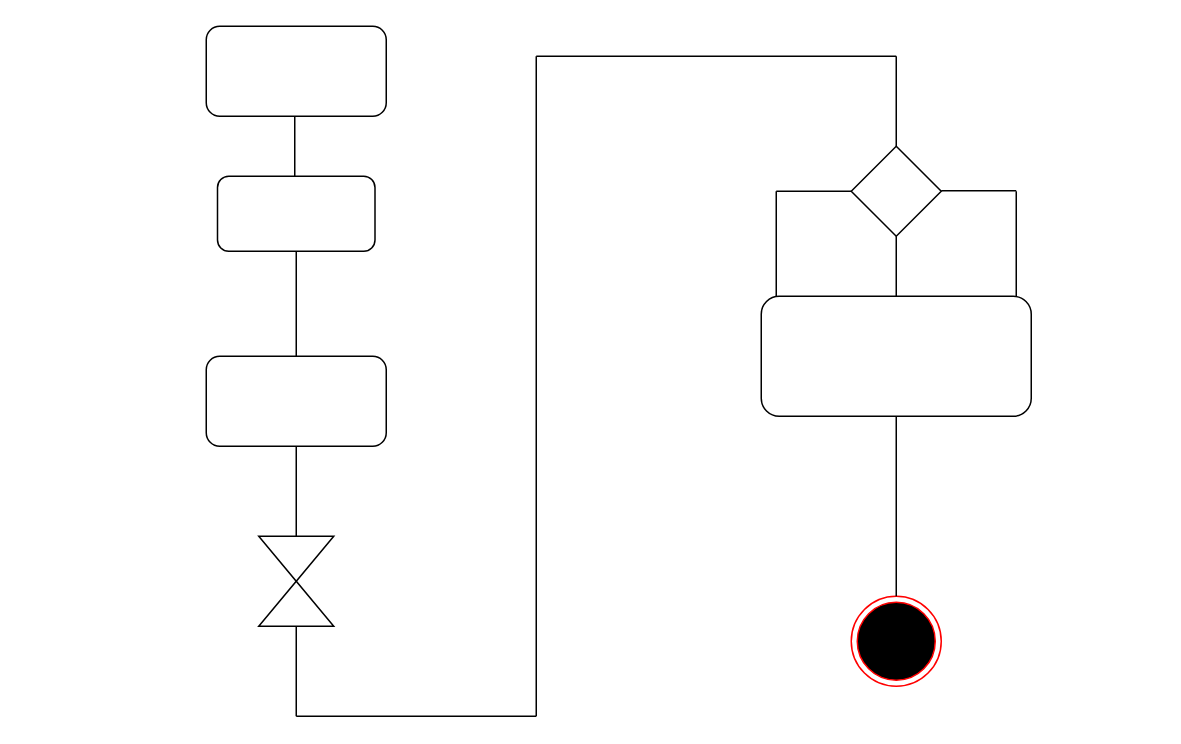
The draw.io diagram Untitled Diagram.drawio in TheFred94/thegame, before the edit. Source tidied: cells renumbered, new cells numbered last; positions are measured from the earlier drawing's top-left corner, leaving out a move shared by most shapes. Both pictures are drawn from the tidied source at 150%, with x=0, y=0 at pixel (206, 26).
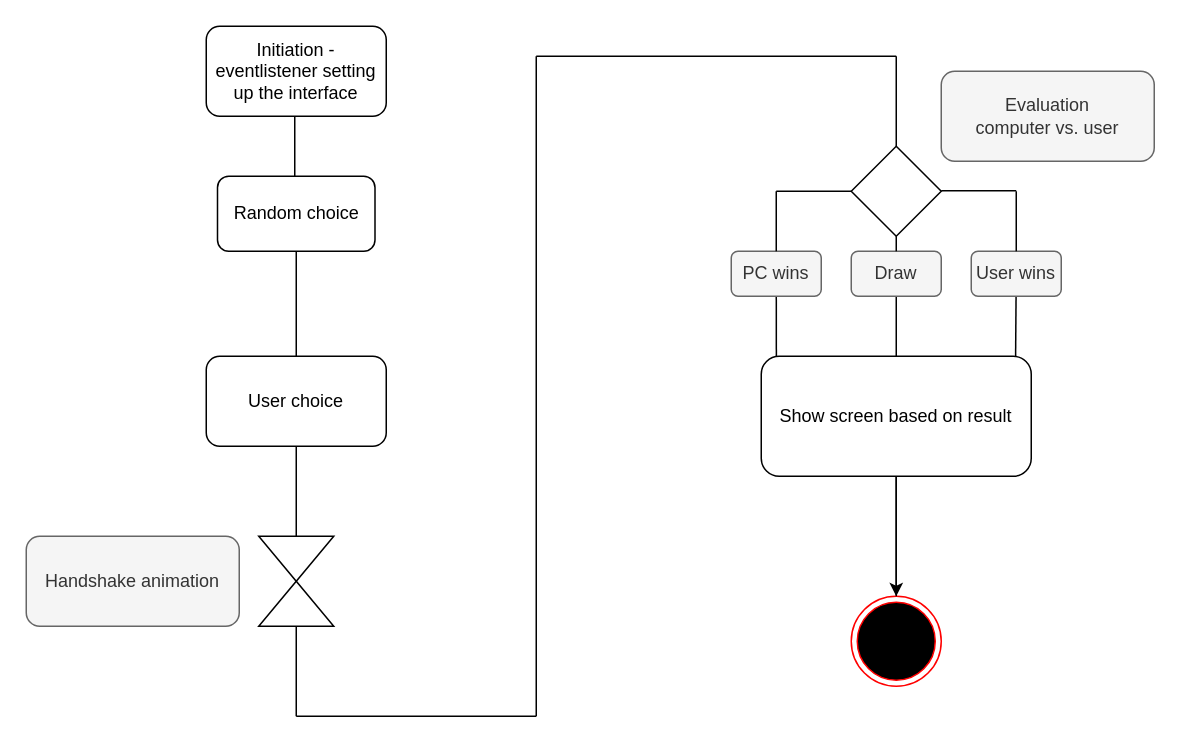
After the change.

Commit message:
updated with text and functions

Unchanged cells that the change refers to:
```xml
<mxCell id="14" style="rhombus;whiteSpace=wrap;html=1;" parent="1" vertex="1">
  <mxGeometry x="430" y="80" width="60" height="60" as="geometry" />
</mxCell>
<mxCell id="22" style="ellipse;html=1;shape=endState;fillColor=#000000;strokeColor=#ff0000;" parent="1" vertex="1">
  <mxGeometry x="430" y="380" width="60" height="60" as="geometry" />
</mxCell>
```

Diff of the diagram source:
```diff
@@
-    <mxCell id="2" style="rounded=1;whiteSpace=wrap;html=1;" parent="1" vertex="1">
+    <mxCell id="2" value="Initiation - eventlistener setting up the interface" style="rounded=1;whiteSpace=wrap;html=1;" parent="1" vertex="1">
       <mxGeometry width="120" height="60" as="geometry" />
     </mxCell>
@@
-    <mxCell id="4" style="rounded=1;whiteSpace=wrap;html=1;" parent="1" vertex="1">
+    <mxCell id="4" value="Random choice" style="rounded=1;whiteSpace=wrap;html=1;" parent="1" vertex="1">
       <mxGeometry x="7.5" y="100" width="105" height="50" as="geometry" />
     </mxCell>
-    <mxCell id="5" style="rounded=1;whiteSpace=wrap;html=1;" parent="1" vertex="1">
+    <mxCell id="5" value="User choice" style="rounded=1;whiteSpace=wrap;html=1;" parent="1" vertex="1">
       <mxGeometry y="220" width="120" height="60" as="geometry" />
     </mxCell>
@@
-    <mxCell id="18" style="endArrow=none;html=1;rounded=0;exitX=0.5;exitY=1;exitDx=0;exitDy=0;" parent="1" edge="1" source="14">
-      <mxGeometry relative="1" as="geometry">
-        <mxPoint x="460" y="180" as="targetPoint" />
-      </mxGeometry>
+    <mxCell id="18" style="endArrow=none;html=1;rounded=0;exitX=0.5;exitY=1;exitDx=0;exitDy=0;entryX=0.5;entryY=0;entryDx=0;entryDy=0;startArrow=none;" parent="1" edge="1" source="29" target="21">
+      <mxGeometry relative="1" as="geometry" />
     </mxCell>
-    <mxCell id="19" style="endArrow=none;html=1;rounded=0;" parent="1" edge="1">
-      <mxGeometry relative="1" as="geometry">
-        <mxPoint x="540" y="110" as="sourcePoint" />
-        <mxPoint x="540" y="180" as="targetPoint" />
-      </mxGeometry>
+    <mxCell id="19" style="endArrow=none;html=1;rounded=0;entryX=0.942;entryY=0.013;entryDx=0;entryDy=0;entryPerimeter=0;startArrow=none;" parent="1" edge="1" source="31" target="21">
+      <mxGeometry relative="1" as="geometry" />
     </mxCell>
-    <mxCell id="20" style="endArrow=none;html=1;rounded=0;" parent="1" edge="1">
-      <mxGeometry relative="1" as="geometry">
-        <mxPoint x="380" y="110" as="sourcePoint" />
-        <mxPoint x="380" y="180" as="targetPoint" />
-      </mxGeometry>
+    <mxCell id="20" style="endArrow=none;html=1;rounded=0;startArrow=none;entryX=0.056;entryY=0.019;entryDx=0;entryDy=0;entryPerimeter=0;" parent="1" edge="1" source="27" target="21">
+      <mxGeometry relative="1" as="geometry" />
     </mxCell>
+    <mxCell id="24" style="edgeStyle=orthogonalEdgeStyle;rounded=0;jettySize=auto;html=1;" parent="1" edge="1" source="21" target="22">
+      <mxGeometry relative="1" as="geometry" />
+    </mxCell>
-    <mxCell id="21" style="rounded=1;whiteSpace=wrap;html=1;" parent="1" vertex="1">
-      <mxGeometry x="370" y="180" width="180" height="80" as="geometry" />
+    <mxCell id="21" value="Show screen based on result" style="rounded=1;whiteSpace=wrap;html=1;" parent="1" vertex="1">
+      <mxGeometry x="370" y="220" width="180" height="80" as="geometry" />
     </mxCell>
@@
     <mxCell id="23" style="endArrow=none;html=1;rounded=0;exitX=0.5;exitY=0;exitDx=0;exitDy=0;" parent="1" edge="1" source="22">
       <mxGeometry relative="1" as="geometry">
-        <mxPoint x="460" y="260" as="targetPoint" />
+        <mxPoint x="460" y="300" as="targetPoint" />
       </mxGeometry>
     </mxCell>
+    <mxCell id="25" value="Handshake animation" style="rounded=1;whiteSpace=wrap;html=1;fillColor=#f5f5f5;fontColor=#333333;strokeColor=#666666;" parent="1" vertex="1">
+      <mxGeometry x="-120" y="340" width="142" height="60" as="geometry" />
+    </mxCell>
+    <mxCell id="26" value="Evaluation&lt;br&gt;computer vs. user" style="rounded=1;whiteSpace=wrap;html=1;fillColor=#f5f5f5;fontColor=#333333;strokeColor=#666666;" parent="1" vertex="1">
+      <mxGeometry x="490" y="30" width="142" height="60" as="geometry" />
+    </mxCell>
+    <mxCell id="27" value="PC wins" style="rounded=1;whiteSpace=wrap;html=1;fillColor=#f5f5f5;fontColor=#333333;strokeColor=#666666;" parent="1" vertex="1">
+      <mxGeometry x="350" y="150" width="60" height="30" as="geometry" />
+    </mxCell>
+    <mxCell id="28" style="endArrow=none;html=1;rounded=0;" parent="1" edge="1" target="27">
+      <mxGeometry relative="1" as="geometry">
+        <mxPoint x="380" y="110" as="sourcePoint" />
+      </mxGeometry>
+    </mxCell>
+    <mxCell id="29" value="Draw" style="rounded=1;whiteSpace=wrap;html=1;fillColor=#f5f5f5;fontColor=#333333;strokeColor=#666666;" parent="1" vertex="1">
+      <mxGeometry x="430" y="150" width="60" height="30" as="geometry" />
+    </mxCell>
+    <mxCell id="30" style="endArrow=none;html=1;rounded=0;exitX=0.5;exitY=1;exitDx=0;exitDy=0;entryX=0.5;entryY=0;entryDx=0;entryDy=0;" parent="1" edge="1" source="14" target="29">
+      <mxGeometry relative="1" as="geometry" />
+    </mxCell>
+    <mxCell id="31" value="User wins" style="rounded=1;whiteSpace=wrap;html=1;fillColor=#f5f5f5;fontColor=#333333;strokeColor=#666666;" parent="1" vertex="1">
+      <mxGeometry x="510" y="150" width="60" height="30" as="geometry" />
+    </mxCell>
+    <mxCell id="32" style="endArrow=none;html=1;rounded=0;entryX=0.5;entryY=0;entryDx=0;entryDy=0;" parent="1" edge="1" target="31">
+      <mxGeometry relative="1" as="geometry">
+        <mxPoint x="540" y="110" as="sourcePoint" />
+      </mxGeometry>
+    </mxCell>
```
